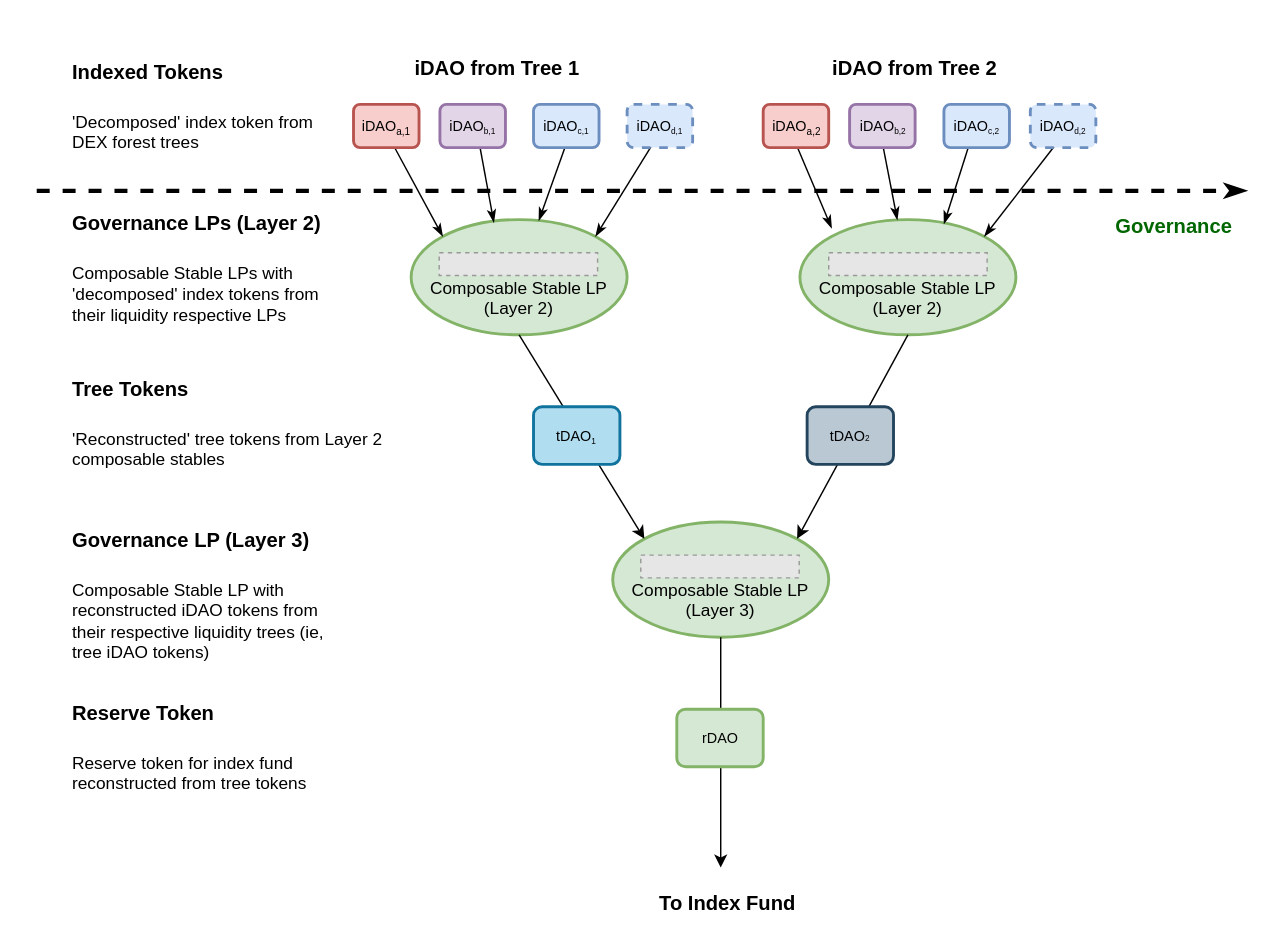
Before: pachira_lp/img/drawio/reconstruction.drawio in syscoin/latex_docs, a draw.io diagram. Source tidied: cells renumbered, new cells numbered last; positions are measured from the earlier drawing's top-left corner, leaving out a move shared by most shapes. Both pictures are drawn from the tidied source at 144%, with x=0, y=0 at pixel (36, 39). Pictures stored in the file or linked from it are replaced by grey dashed boxes.
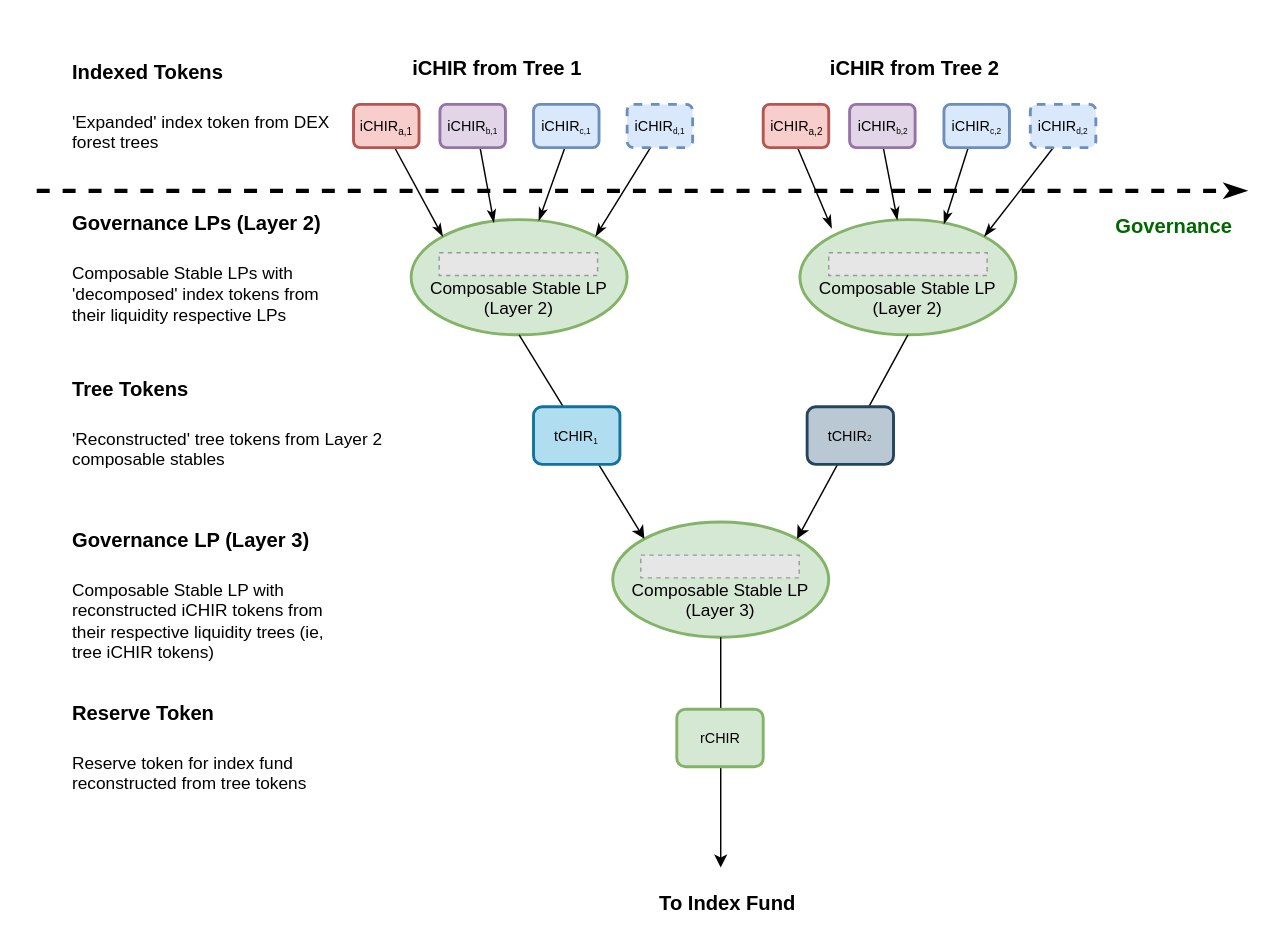
Above is the later version.

The edit, as a diff of the source:
```diff
@@
-    <mxCell id="2" value="&lt;h1&gt;&lt;span style=&quot;font-size: 14px;&quot;&gt;Indexed Tokens&lt;/span&gt;&lt;/h1&gt;&lt;p&gt;'Decomposed' index token from DEX forest trees&lt;/p&gt;" style="text;html=1;strokeColor=none;fillColor=none;spacing=5;spacingTop=-20;whiteSpace=wrap;overflow=hidden;rounded=0;" parent="1" vertex="1">
+    <mxCell id="2" value="&lt;h1&gt;&lt;span style=&quot;font-size: 14px;&quot;&gt;Indexed Tokens&lt;/span&gt;&lt;/h1&gt;&lt;p&gt;'Expanded' index token from DEX forest trees&lt;/p&gt;" style="text;html=1;strokeColor=none;fillColor=none;spacing=5;spacingTop=-20;whiteSpace=wrap;overflow=hidden;rounded=0;" parent="1" vertex="1">
       <mxGeometry x="20" width="190" height="110" as="geometry" />
     </mxCell>
@@
-    <mxCell id="4" value="iDAO from Tree 1" style="text;html=1;strokeColor=none;fillColor=none;align=center;verticalAlign=middle;whiteSpace=wrap;rounded=0;fontSize=14;fontStyle=1;" parent="1" vertex="1">
+    <mxCell id="4" value="iCHIR from Tree 1" style="text;html=1;strokeColor=none;fillColor=none;align=center;verticalAlign=middle;whiteSpace=wrap;rounded=0;fontSize=14;fontStyle=1;" parent="1" vertex="1">
       <mxGeometry x="230" y="5" width="180" height="30" as="geometry" />
     </mxCell>
-    <mxCell id="5" value="iDAO from Tree 2" style="text;html=1;strokeColor=none;fillColor=none;align=center;verticalAlign=middle;whiteSpace=wrap;rounded=0;fontSize=14;fontStyle=1;" parent="1" vertex="1">
+    <mxCell id="5" value="iCHIR from Tree 2" style="text;html=1;strokeColor=none;fillColor=none;align=center;verticalAlign=middle;whiteSpace=wrap;rounded=0;fontSize=14;fontStyle=1;" parent="1" vertex="1">
       <mxGeometry x="520" y="5" width="180" height="30" as="geometry" />
     </mxCell>
@@
-    <mxCell id="21" value="&lt;h1&gt;&lt;span style=&quot;font-size: 14px;&quot;&gt;Governance LP (Layer 3)&lt;/span&gt;&lt;/h1&gt;&lt;p&gt;Composable Stable LP with reconstructed iDAO tokens from their respective liquidity trees (ie, tree iDAO tokens)&lt;br&gt;&lt;/p&gt;" style="text;html=1;strokeColor=none;fillColor=none;spacing=5;spacingTop=-20;whiteSpace=wrap;overflow=hidden;rounded=0;" parent="1" vertex="1">
+    <mxCell id="21" value="&lt;h1&gt;&lt;span style=&quot;font-size: 14px;&quot;&gt;Governance LP (Layer 3)&lt;/span&gt;&lt;/h1&gt;&lt;p&gt;Composable Stable LP with reconstructed iCHIR tokens from their respective liquidity trees (ie, tree iCHIR tokens)&lt;br&gt;&lt;/p&gt;" style="text;html=1;strokeColor=none;fillColor=none;spacing=5;spacingTop=-20;whiteSpace=wrap;overflow=hidden;rounded=0;" parent="1" vertex="1">
       <mxGeometry x="20" y="325" width="190" height="110" as="geometry" />
     </mxCell>
@@
-    <mxCell id="26" value="&lt;font style=&quot;font-size: 10px;&quot;&gt;iDAO&lt;/font&gt;&lt;font style=&quot;font-size: 8.33333px;&quot;&gt;&lt;sub&gt;a,1&lt;/sub&gt;&lt;/font&gt;&lt;font style=&quot;&quot;&gt;&lt;br&gt;&lt;/font&gt;" style="rounded=1;whiteSpace=wrap;html=1;fillColor=#f8cecc;strokeColor=#b85450;strokeWidth=2;" parent="1" vertex="1">
+    <mxCell id="26" value="&lt;font style=&quot;font-size: 10px;&quot;&gt;iCHIR&lt;/font&gt;&lt;font style=&quot;font-size: 8.33333px;&quot;&gt;&lt;sub&gt;a,1&lt;/sub&gt;&lt;/font&gt;&lt;font style=&quot;&quot;&gt;&lt;br&gt;&lt;/font&gt;" style="rounded=1;whiteSpace=wrap;html=1;fillColor=#f8cecc;strokeColor=#b85450;strokeWidth=2;" parent="1" vertex="1">
       <mxGeometry x="220" y="45" width="45.5" height="30" as="geometry" />
     </mxCell>
-    <mxCell id="27" value="&lt;font style=&quot;font-size: 10px;&quot;&gt;iDAO&lt;/font&gt;&lt;font style=&quot;font-size: 6.94444px;&quot;&gt;&lt;sub&gt;d,1&lt;/sub&gt;&lt;/font&gt;&lt;font style=&quot;&quot;&gt;&lt;br&gt;&lt;/font&gt;" style="rounded=1;whiteSpace=wrap;html=1;fillColor=#dae8fc;strokeColor=#6c8ebf;strokeWidth=2;dashed=1;" parent="1" vertex="1">
+    <mxCell id="27" value="&lt;font style=&quot;font-size: 10px;&quot;&gt;iCHIR&lt;/font&gt;&lt;font style=&quot;font-size: 6.94444px;&quot;&gt;&lt;sub&gt;d,1&lt;/sub&gt;&lt;/font&gt;&lt;font style=&quot;&quot;&gt;&lt;br&gt;&lt;/font&gt;" style="rounded=1;whiteSpace=wrap;html=1;fillColor=#dae8fc;strokeColor=#6c8ebf;strokeWidth=2;dashed=1;" parent="1" vertex="1">
       <mxGeometry x="410" y="45" width="45.5" height="30" as="geometry" />
     </mxCell>
-    <mxCell id="28" value="&lt;font style=&quot;font-size: 10px;&quot;&gt;iDAO&lt;/font&gt;&lt;font style=&quot;font-size: 6.94444px;&quot;&gt;&lt;sub&gt;c,1&lt;/sub&gt;&lt;/font&gt;&lt;font style=&quot;&quot;&gt;&lt;br&gt;&lt;/font&gt;" style="rounded=1;whiteSpace=wrap;html=1;fillColor=#dae8fc;strokeColor=#6c8ebf;strokeWidth=2;" parent="1" vertex="1">
+    <mxCell id="28" value="&lt;font style=&quot;font-size: 10px;&quot;&gt;iCHIR&lt;/font&gt;&lt;font style=&quot;font-size: 6.94444px;&quot;&gt;&lt;sub&gt;c,1&lt;/sub&gt;&lt;/font&gt;&lt;font style=&quot;&quot;&gt;&lt;br&gt;&lt;/font&gt;" style="rounded=1;whiteSpace=wrap;html=1;fillColor=#dae8fc;strokeColor=#6c8ebf;strokeWidth=2;" parent="1" vertex="1">
       <mxGeometry x="345" y="45" width="45.5" height="30" as="geometry" />
     </mxCell>
-    <mxCell id="29" value="&lt;font style=&quot;font-size: 10px;&quot;&gt;iDAO&lt;/font&gt;&lt;font style=&quot;font-size: 6.94444px;&quot;&gt;&lt;sub&gt;b,1&lt;/sub&gt;&lt;/font&gt;&lt;font style=&quot;&quot;&gt;&lt;br&gt;&lt;/font&gt;" style="rounded=1;whiteSpace=wrap;html=1;fillColor=#e1d5e7;strokeColor=#9673a6;strokeWidth=2;" parent="1" vertex="1">
+    <mxCell id="29" value="&lt;font style=&quot;font-size: 10px;&quot;&gt;iCHIR&lt;/font&gt;&lt;font style=&quot;font-size: 6.94444px;&quot;&gt;&lt;sub&gt;b,1&lt;/sub&gt;&lt;/font&gt;&lt;font style=&quot;&quot;&gt;&lt;br&gt;&lt;/font&gt;" style="rounded=1;whiteSpace=wrap;html=1;fillColor=#e1d5e7;strokeColor=#9673a6;strokeWidth=2;" parent="1" vertex="1">
       <mxGeometry x="280" y="45" width="45.5" height="30" as="geometry" />
     </mxCell>
-    <mxCell id="30" value="&lt;font style=&quot;font-size: 10px;&quot;&gt;iDAO&lt;/font&gt;&lt;font style=&quot;font-size: 8.33333px;&quot;&gt;&lt;sub&gt;a,2&lt;/sub&gt;&lt;/font&gt;&lt;font style=&quot;&quot;&gt;&lt;br&gt;&lt;/font&gt;" style="rounded=1;whiteSpace=wrap;html=1;fillColor=#f8cecc;strokeColor=#b85450;strokeWidth=2;" parent="1" vertex="1">
+    <mxCell id="30" value="&lt;font style=&quot;font-size: 10px;&quot;&gt;iCHIR&lt;/font&gt;&lt;font style=&quot;font-size: 8.33333px;&quot;&gt;&lt;sub&gt;a,2&lt;/sub&gt;&lt;/font&gt;&lt;font style=&quot;&quot;&gt;&lt;br&gt;&lt;/font&gt;" style="rounded=1;whiteSpace=wrap;html=1;fillColor=#f8cecc;strokeColor=#b85450;strokeWidth=2;" parent="1" vertex="1">
       <mxGeometry x="504.5" y="45" width="45.5" height="30" as="geometry" />
     </mxCell>
-    <mxCell id="31" value="&lt;font style=&quot;font-size: 10px;&quot;&gt;iDAO&lt;/font&gt;&lt;font style=&quot;font-size: 6.94444px;&quot;&gt;&lt;sub&gt;b,2&lt;/sub&gt;&lt;/font&gt;&lt;font style=&quot;&quot;&gt;&lt;br&gt;&lt;/font&gt;" style="rounded=1;whiteSpace=wrap;html=1;fillColor=#e1d5e7;strokeColor=#9673a6;strokeWidth=2;" parent="1" vertex="1">
+    <mxCell id="31" value="&lt;font style=&quot;font-size: 10px;&quot;&gt;iCHIR&lt;/font&gt;&lt;font style=&quot;font-size: 6.94444px;&quot;&gt;&lt;sub&gt;b,2&lt;/sub&gt;&lt;/font&gt;&lt;font style=&quot;&quot;&gt;&lt;br&gt;&lt;/font&gt;" style="rounded=1;whiteSpace=wrap;html=1;fillColor=#e1d5e7;strokeColor=#9673a6;strokeWidth=2;" parent="1" vertex="1">
       <mxGeometry x="564.5" y="45" width="45.5" height="30" as="geometry" />
     </mxCell>
-    <mxCell id="32" value="&lt;font style=&quot;font-size: 10px;&quot;&gt;iDAO&lt;/font&gt;&lt;font style=&quot;font-size: 6.94444px;&quot;&gt;&lt;sub&gt;c,2&lt;/sub&gt;&lt;/font&gt;&lt;font style=&quot;&quot;&gt;&lt;br&gt;&lt;/font&gt;" style="rounded=1;whiteSpace=wrap;html=1;fillColor=#dae8fc;strokeColor=#6c8ebf;strokeWidth=2;" parent="1" vertex="1">
+    <mxCell id="32" value="&lt;font style=&quot;font-size: 10px;&quot;&gt;iCHIR&lt;/font&gt;&lt;font style=&quot;font-size: 6.94444px;&quot;&gt;&lt;sub&gt;c,2&lt;/sub&gt;&lt;/font&gt;&lt;font style=&quot;&quot;&gt;&lt;br&gt;&lt;/font&gt;" style="rounded=1;whiteSpace=wrap;html=1;fillColor=#dae8fc;strokeColor=#6c8ebf;strokeWidth=2;" parent="1" vertex="1">
       <mxGeometry x="630" y="45" width="45.5" height="30" as="geometry" />
     </mxCell>
-    <mxCell id="33" value="&lt;font style=&quot;font-size: 10px;&quot;&gt;iDAO&lt;/font&gt;&lt;font style=&quot;font-size: 6.94444px;&quot;&gt;&lt;sub&gt;d,2&lt;/sub&gt;&lt;/font&gt;&lt;font style=&quot;&quot;&gt;&lt;br&gt;&lt;/font&gt;" style="rounded=1;whiteSpace=wrap;html=1;fillColor=#dae8fc;strokeColor=#6c8ebf;strokeWidth=2;dashed=1;" parent="1" vertex="1">
+    <mxCell id="33" value="&lt;font style=&quot;font-size: 10px;&quot;&gt;iCHIR&lt;/font&gt;&lt;font style=&quot;font-size: 6.94444px;&quot;&gt;&lt;sub&gt;d,2&lt;/sub&gt;&lt;/font&gt;&lt;font style=&quot;&quot;&gt;&lt;br&gt;&lt;/font&gt;" style="rounded=1;whiteSpace=wrap;html=1;fillColor=#dae8fc;strokeColor=#6c8ebf;strokeWidth=2;dashed=1;" parent="1" vertex="1">
       <mxGeometry x="690" y="45" width="45.5" height="30" as="geometry" />
     </mxCell>
-    <mxCell id="34" value="&lt;font style=&quot;font-size: 10px;&quot;&gt;tDAO&lt;/font&gt;&lt;font style=&quot;font-size: 6.94444px;&quot;&gt;&lt;sub&gt;1&lt;/sub&gt;&lt;/font&gt;&lt;font style=&quot;&quot;&gt;&lt;br&gt;&lt;/font&gt;" style="rounded=1;whiteSpace=wrap;html=1;fillColor=#b1ddf0;strokeColor=#10739e;strokeWidth=2;" parent="1" vertex="1">
+    <mxCell id="34" value="&lt;font style=&quot;font-size: 10px;&quot;&gt;tCHIR&lt;/font&gt;&lt;font style=&quot;font-size: 6.94444px;&quot;&gt;&lt;sub&gt;1&lt;/sub&gt;&lt;/font&gt;&lt;font style=&quot;&quot;&gt;&lt;br&gt;&lt;/font&gt;" style="rounded=1;whiteSpace=wrap;html=1;fillColor=#b1ddf0;strokeColor=#10739e;strokeWidth=2;" parent="1" vertex="1">
       <mxGeometry x="345" y="255" width="60" height="40" as="geometry" />
     </mxCell>
-    <mxCell id="35" value="&lt;font style=&quot;font-size: 10px;&quot;&gt;tDAO&lt;/font&gt;&lt;font style=&quot;font-size: 5.78703px;&quot;&gt;2&lt;/font&gt;&lt;font style=&quot;&quot;&gt;&lt;br&gt;&lt;/font&gt;" style="rounded=1;whiteSpace=wrap;html=1;fillColor=#bac8d3;strokeColor=#23445d;strokeWidth=2;" parent="1" vertex="1">
+    <mxCell id="35" value="&lt;font style=&quot;font-size: 10px;&quot;&gt;tCHIR&lt;/font&gt;&lt;font style=&quot;font-size: 5.78703px;&quot;&gt;2&lt;/font&gt;&lt;font style=&quot;&quot;&gt;&lt;br&gt;&lt;/font&gt;" style="rounded=1;whiteSpace=wrap;html=1;fillColor=#bac8d3;strokeColor=#23445d;strokeWidth=2;" parent="1" vertex="1">
       <mxGeometry x="535" y="255" width="60" height="40" as="geometry" />
     </mxCell>
-    <mxCell id="36" value="&lt;font style=&quot;font-size: 10px;&quot;&gt;rDAO&lt;/font&gt;&lt;font style=&quot;&quot;&gt;&lt;br&gt;&lt;/font&gt;" style="rounded=1;whiteSpace=wrap;html=1;fillColor=#d5e8d4;strokeColor=#82b366;strokeWidth=2;" parent="1" vertex="1">
+    <mxCell id="36" value="&lt;font style=&quot;font-size: 10px;&quot;&gt;rCHIR&lt;/font&gt;&lt;font style=&quot;&quot;&gt;&lt;br&gt;&lt;/font&gt;" style="rounded=1;whiteSpace=wrap;html=1;fillColor=#d5e8d4;strokeColor=#82b366;strokeWidth=2;" parent="1" vertex="1">
       <mxGeometry x="444.5" y="465" width="60" height="40" as="geometry" />
     </mxCell>
```
